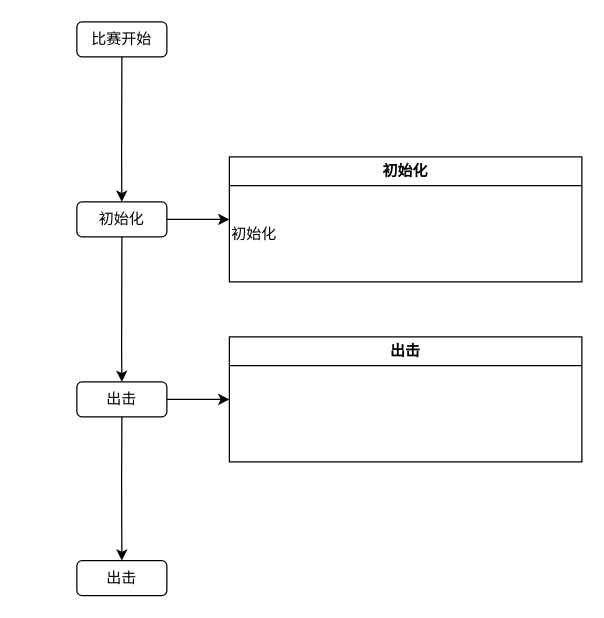
This is 哨兵决策.drawio from maxwell7537/maxwell7537.github.io, a draw.io file, before an edit. Source tidied: cells renumbered, new cells numbered last; positions are measured from the earlier drawing's top-left corner, leaving out a move shared by most shapes. Both pictures are drawn from the tidied source at 125%, with x=0, y=0 at pixel (76, 21).
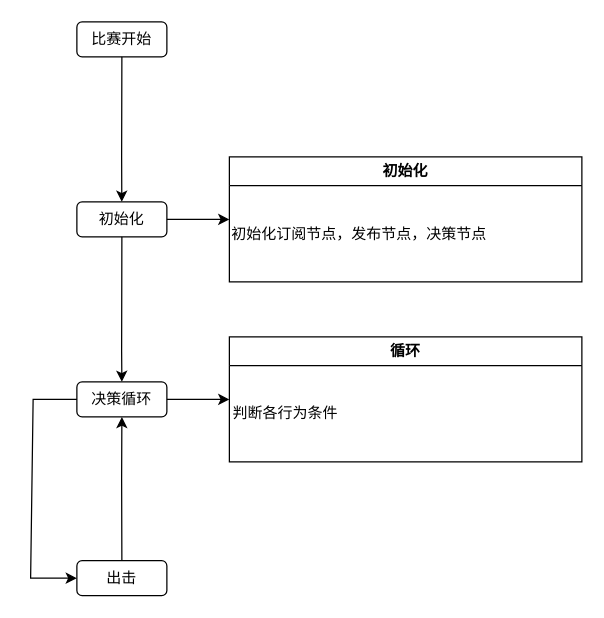
Above is the later version.

Commit message:
更新哨兵决策.drawio

The change refers to these unchanged cells:
```xml
<mxCell id="8" value="出击" style="rounded=1;whiteSpace=wrap;html=1;shadow=0;glass=0;" parent="1" vertex="1">
  <mxGeometry y="431" width="72" height="28" as="geometry" />
</mxCell>
<mxCell id="11" value="初始化" style="swimlane;whiteSpace=wrap;html=1;" parent="1" vertex="1">
  <mxGeometry x="122" y="108" width="282" height="100" as="geometry" />
</mxCell>
```

What changed in the source:
```diff
@@
-    <mxCell id="6" value="出击" style="rounded=1;whiteSpace=wrap;html=1;shadow=0;glass=0;" parent="1" vertex="1">
+    <mxCell id="6" value="决策循环" style="rounded=1;whiteSpace=wrap;html=1;shadow=0;glass=0;" parent="1" vertex="1">
       <mxGeometry y="288" width="72" height="28" as="geometry" />
     </mxCell>
-    <mxCell id="7" style="endArrow=classic;html=1;rounded=0;exitX=0.5;exitY=1;exitDx=0;exitDy=0;entryX=0.5;entryY=0;entryDx=0;entryDy=0;" parent="1" edge="1" source="6" target="8">
+    <mxCell id="7" style="endArrow=classic;html=1;rounded=0;exitX=0.5;exitY=0;exitDx=0;exitDy=0;entryX=0.5;entryY=1;entryDx=0;entryDy=0;" parent="1" edge="1" source="8" target="6">
       <mxGeometry relative="1" as="geometry">
         <Array as="points">
           <mxPoint x="35.8" y="366" />
         </Array>
       </mxGeometry>
     </mxCell>
@@
-    <mxCell id="9" value="出击" style="swimlane;whiteSpace=wrap;html=1;" parent="1" vertex="1">
+    <mxCell id="9" value="循环" style="swimlane;whiteSpace=wrap;html=1;" parent="1" vertex="1">
       <mxGeometry x="122" y="252" width="282" height="100" as="geometry" />
     </mxCell>
@@
-    <mxCell id="12" value="&lt;div align=&quot;left&quot;&gt;初始化&lt;/div&gt;" style="text;html=1;whiteSpace=wrap;strokeColor=none;fillColor=none;align=left;verticalAlign=middle;rounded=0;" parent="11" vertex="1">
+    <mxCell id="12" value="&lt;div align=&quot;left&quot;&gt;初始化订阅节点，发布节点，决策节点&lt;/div&gt;" style="text;html=1;whiteSpace=wrap;strokeColor=none;fillColor=none;align=left;verticalAlign=middle;rounded=0;" parent="11" vertex="1">
       <mxGeometry y="24" width="282" height="76" as="geometry" />
     </mxCell>
@@
+    <mxCell id="14" style="endArrow=classic;html=1;rounded=0;exitX=0;exitY=0.5;exitDx=0;exitDy=0;entryX=0;entryY=0.5;entryDx=0;entryDy=0;" parent="1" edge="1" source="6" target="8">
+      <mxGeometry relative="1" as="geometry">
+        <Array as="points">
+          <mxPoint x="-35" y="302" />
+          <mxPoint x="-37" y="445" />
+        </Array>
+      </mxGeometry>
+    </mxCell>
+    <mxCell id="15" value="判断各行为条件" style="text;html=1;whiteSpace=wrap;strokeColor=none;fillColor=none;align=left;verticalAlign=middle;rounded=0;" parent="1" vertex="1">
+      <mxGeometry x="123" y="275" width="281" height="76" as="geometry" />
+    </mxCell>
```
